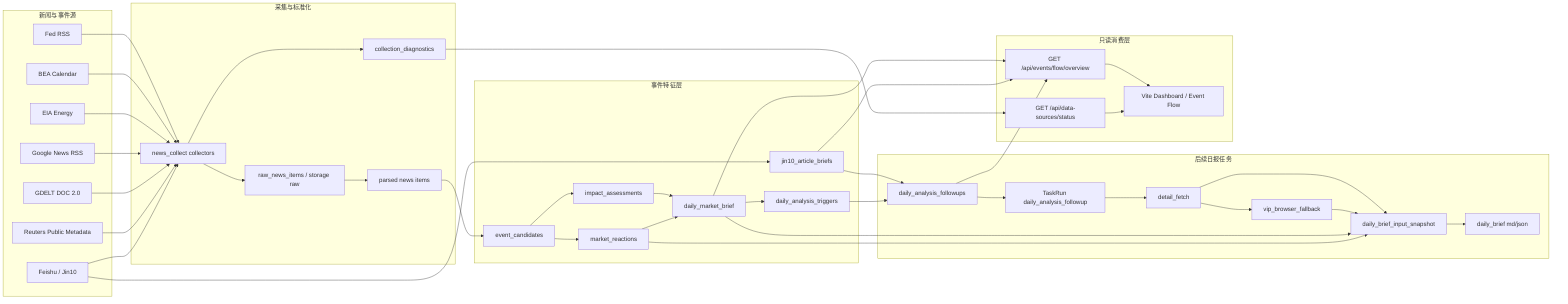
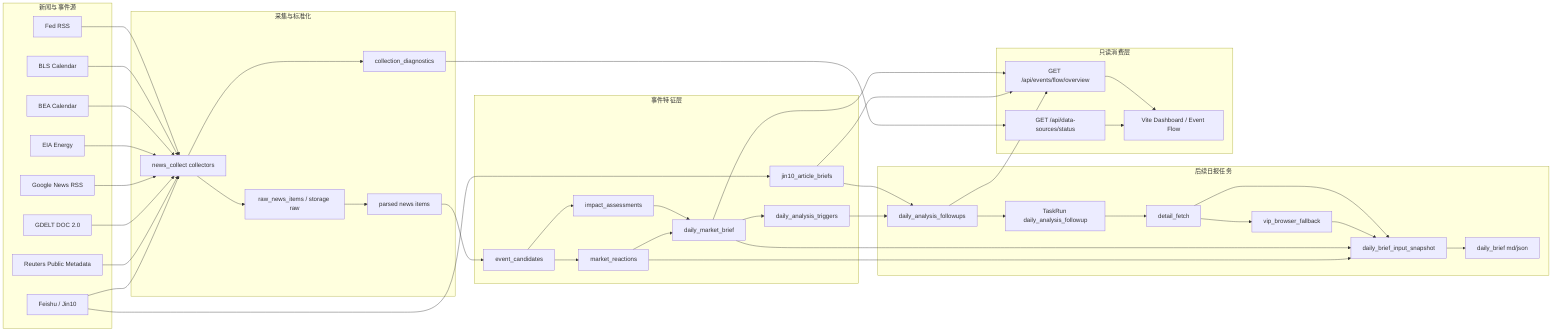
flowchart LR
  subgraph Sources["新闻与事件源"]
    Fed["Fed RSS"]
+     BLS["BLS Calendar"]
    BEA["BEA Calendar"]
    EIA["EIA Energy"]
    GNews["Google News RSS"]
    GDELT["GDELT DOC 2.0"]
    ReutersMeta["Reuters Public Metadata"]
    Jin10["Feishu / Jin10"]
  end

  subgraph Collect["采集与标准化"]
    Collectors["news_collect collectors"]
    Raw["raw_news_items / storage raw"]
    Parsed["parsed news items"]
    Diagnostics["collection_diagnostics"]
  end

  subgraph Features["事件特征层"]
    Candidates["event_candidates"]
    Impact["impact_assessments"]
    Reactions["market_reactions"]
    Brief["daily_market_brief"]
    ArticleBriefs["jin10_article_briefs"]
    Triggers["daily_analysis_triggers"]
  end

  subgraph Followup["后续日报任务"]
    Queue["daily_analysis_followups"]
    TaskRun["TaskRun daily_analysis_followup"]
    Detail["detail_fetch"]
    Browser["vip_browser_fallback"]
    Snapshot["daily_brief_input_snapshot"]
    Render["daily_brief md/json"]
  end

  subgraph ReadModels["只读消费层"]
    DataStatus["GET /api/data-sources/status"]
    EventFlow["GET /api/events/flow/overview"]
    Dashboard["Vite Dashboard / Event Flow"]
  end

  Fed --> Collectors
+   BLS --> Collectors
  BEA --> Collectors
  EIA --> Collectors
  GNews --> Collectors
  GDELT --> Collectors
  ReutersMeta --> Collectors
  Jin10 --> Collectors

  Collectors --> Raw
  Raw --> Parsed
  Collectors --> Diagnostics
  Parsed --> Candidates
  Candidates --> Impact
  Impact --> Brief
  Candidates --> Reactions
  Reactions --> Brief
  Jin10 --> ArticleBriefs
  Brief --> Triggers
  ArticleBriefs --> Queue
  Triggers --> Queue

  Queue --> TaskRun
  TaskRun --> Detail
  Detail --> Browser
  Detail --> Snapshot
  Browser --> Snapshot
  Brief --> Snapshot
  Reactions --> Snapshot
  Snapshot --> Render

  Diagnostics --> DataStatus
  Brief --> EventFlow
  Queue --> EventFlow
  ArticleBriefs --> EventFlow
  EventFlow --> Dashboard
  DataStatus --> Dashboard
